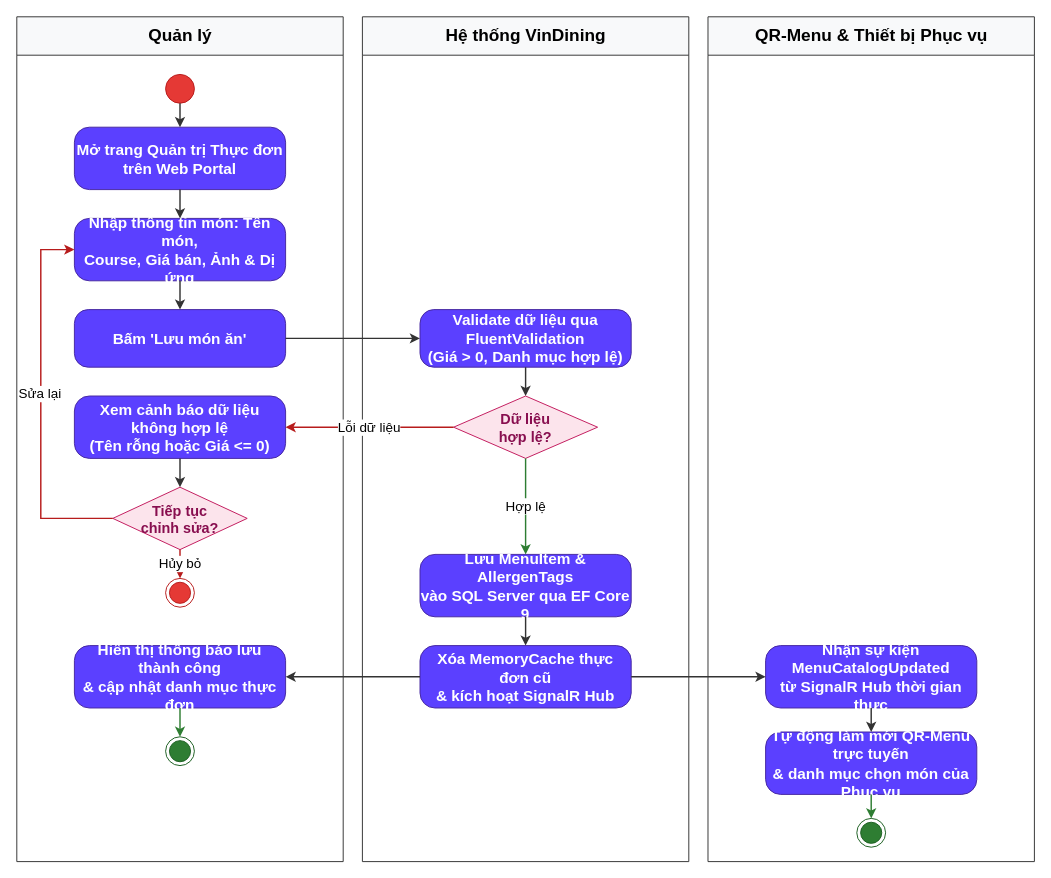
AndrewQng/VinDining keeps this draw.io diagram as docs/phase1/drawio/ad11_menu_management.drawio. Above is the earlier version. Source tidied: cells renumbered, new cells numbered last; positions are measured from the earlier drawing's top-left corner, leaving out a move shared by most shapes. Both pictures are drawn from the tidied source at 96%, with x=0, y=0 at pixel (16, 16).
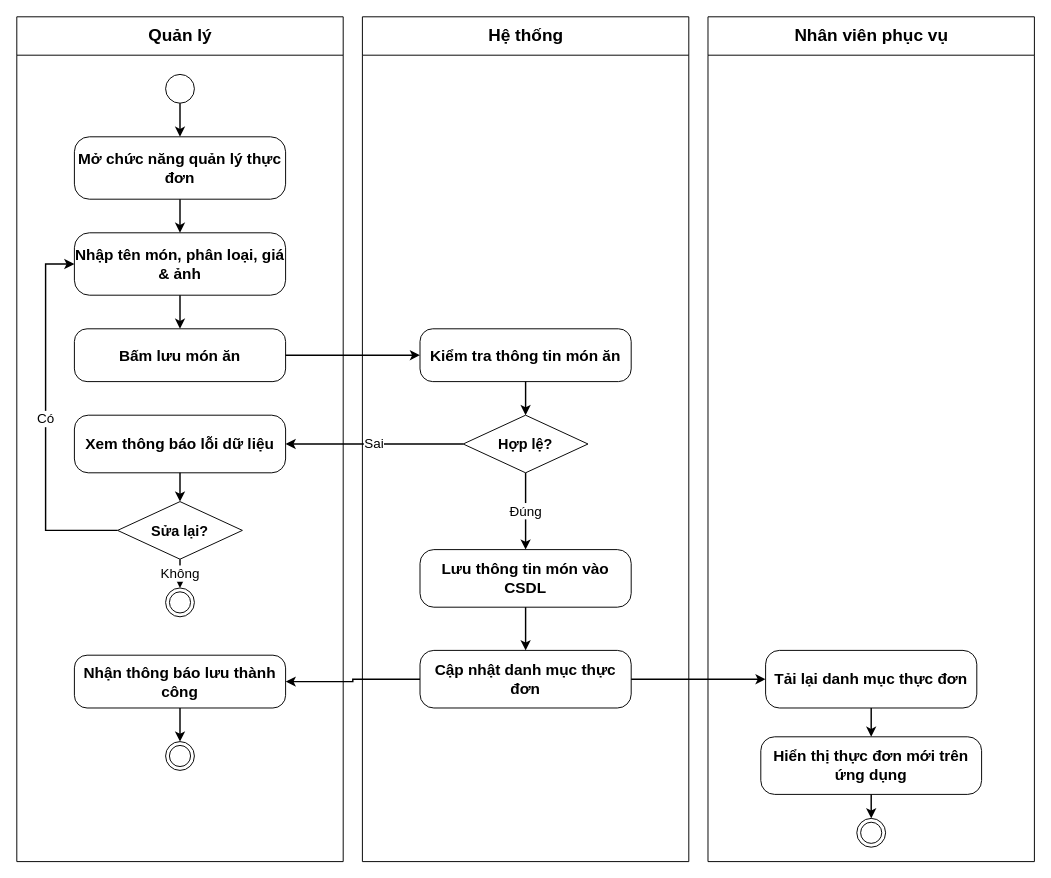
After the change.

Diff of the diagram source:
```diff
@@
-    <mxCell id="2" value="Quản lý" style="swimlane;html=1;startSize=40;horizontal=1;fontStyle=1;fontSize=18;align=center;verticalAlign=middle;fillColor=#f8f9fa;strokeColor=#333333;swimlaneLine=1;" parent="1" vertex="1">
+    <mxCell id="2" value="Quản lý" style="swimlane;html=1;startSize=40;horizontal=1;fontStyle=1;fontSize=18;align=center;verticalAlign=middle;swimlaneLine=1;" parent="1" vertex="1">
       <mxGeometry width="340" height="880" as="geometry" />
     </mxCell>
-    <mxCell id="3" style="ellipse;whiteSpace=wrap;html=1;fillColor=#e53935;strokeColor=#b71c1c;" parent="2" vertex="1">
+    <mxCell id="3" style="ellipse;whiteSpace=wrap;html=1;" parent="2" vertex="1">
       <mxGeometry x="155" y="60" width="30" height="30" as="geometry" />
     </mxCell>
-    <mxCell id="4" value="Mở trang Quản trị Thực đơn&#10;trên Web Portal" style="rounded=1;arcSize=24;whiteSpace=wrap;html=1;fillColor=#5b40ff;strokeColor=#4527a0;fontColor=#ffffff;fontStyle=1;fontSize=16;align=center;verticalAlign=middle;" parent="2" vertex="1">
-      <mxGeometry x="60" y="115" width="220" height="65" as="geometry" />
+    <mxCell id="4" value="Mở chức năng quản lý thực đơn" style="rounded=1;arcSize=24;whiteSpace=wrap;html=1;fontStyle=1;fontSize=16;align=center;verticalAlign=middle;" parent="2" vertex="1">
+      <mxGeometry x="60" y="125" width="220" height="65" as="geometry" />
     </mxCell>
-    <mxCell id="5" value="Nhập thông tin món: Tên món,&#10;Course, Giá bán, Ảnh &amp;amp; Dị ứng" style="rounded=1;arcSize=24;whiteSpace=wrap;html=1;fillColor=#5b40ff;strokeColor=#4527a0;fontColor=#ffffff;fontStyle=1;fontSize=16;align=center;verticalAlign=middle;" parent="2" vertex="1">
-      <mxGeometry x="60" y="210" width="220" height="65" as="geometry" />
+    <mxCell id="5" value="Nhập tên món, phân loại, giá &amp;amp; ảnh" style="rounded=1;arcSize=24;whiteSpace=wrap;html=1;fontStyle=1;fontSize=16;align=center;verticalAlign=middle;" parent="2" vertex="1">
+      <mxGeometry x="60" y="225" width="220" height="65" as="geometry" />
     </mxCell>
-    <mxCell id="6" value="Bấm 'Lưu món ăn'" style="rounded=1;arcSize=24;whiteSpace=wrap;html=1;fillColor=#5b40ff;strokeColor=#4527a0;fontColor=#ffffff;fontStyle=1;fontSize=16;align=center;verticalAlign=middle;" parent="2" vertex="1">
-      <mxGeometry x="60" y="305" width="220" height="60" as="geometry" />
+    <mxCell id="6" value="Bấm lưu món ăn" style="rounded=1;arcSize=24;whiteSpace=wrap;html=1;fontStyle=1;fontSize=16;align=center;verticalAlign=middle;" parent="2" vertex="1">
+      <mxGeometry x="60" y="325" width="220" height="55" as="geometry" />
     </mxCell>
-    <mxCell id="7" value="Xem cảnh báo dữ liệu không hợp lệ&#10;(Tên rỗng hoặc Giá &amp;lt;= 0)" style="rounded=1;arcSize=24;whiteSpace=wrap;html=1;fillColor=#5b40ff;strokeColor=#4527a0;fontColor=#ffffff;fontStyle=1;fontSize=16;align=center;verticalAlign=middle;" parent="2" vertex="1">
-      <mxGeometry x="60" y="395" width="220" height="65" as="geometry" />
+    <mxCell id="7" value="Xem thông báo lỗi dữ liệu" style="rounded=1;arcSize=24;whiteSpace=wrap;html=1;fontStyle=1;fontSize=16;align=center;verticalAlign=middle;" parent="2" vertex="1">
+      <mxGeometry x="60" y="415" width="220" height="60" as="geometry" />
     </mxCell>
-    <mxCell id="8" value="Tiếp tục&#10;chỉnh sửa?" style="rhombus;whiteSpace=wrap;html=1;fillColor=#fce4ec;strokeColor=#c2185b;fontColor=#880e4f;fontStyle=1;fontSize=15;align=center;verticalAlign=middle;" parent="2" vertex="1">
-      <mxGeometry x="100" y="490" width="140" height="65" as="geometry" />
+    <mxCell id="8" value="Sửa lại?" style="rhombus;whiteSpace=wrap;html=1;fontStyle=1;fontSize=15;align=center;verticalAlign=middle;" parent="2" vertex="1">
+      <mxGeometry x="105" y="505" width="130" height="60" as="geometry" />
     </mxCell>
-    <mxCell id="9" style="ellipse;html=1;shape=endState;fillColor=#e53935;strokeColor=#b71c1c;" parent="2" vertex="1">
-      <mxGeometry x="155" y="585" width="30" height="30" as="geometry" />
+    <mxCell id="9" style="ellipse;html=1;shape=endState;" parent="2" vertex="1">
+      <mxGeometry x="155" y="595" width="30" height="30" as="geometry" />
     </mxCell>
-    <mxCell id="10" value="Hiển thị thông báo lưu thành công&#10;&amp;amp; cập nhật danh mục thực đơn" style="rounded=1;arcSize=24;whiteSpace=wrap;html=1;fillColor=#5b40ff;strokeColor=#4527a0;fontColor=#ffffff;fontStyle=1;fontSize=16;align=center;verticalAlign=middle;" parent="2" vertex="1">
-      <mxGeometry x="60" y="655" width="220" height="65" as="geometry" />
+    <mxCell id="10" value="Nhận thông báo lưu thành công" style="rounded=1;arcSize=24;whiteSpace=wrap;html=1;fontStyle=1;fontSize=16;align=center;verticalAlign=middle;" parent="2" vertex="1">
+      <mxGeometry x="60" y="665" width="220" height="55" as="geometry" />
     </mxCell>
-    <mxCell id="11" style="ellipse;html=1;shape=endState;fillColor=#2e7d32;strokeColor=#1b5e20;" parent="2" vertex="1">
-      <mxGeometry x="155" y="750" width="30" height="30" as="geometry" />
+    <mxCell id="11" style="ellipse;html=1;shape=endState;" parent="2" vertex="1">
+      <mxGeometry x="155" y="755" width="30" height="30" as="geometry" />
     </mxCell>
-    <mxCell id="12" style="edgeStyle=orthogonalEdgeStyle;rounded=0;strokeColor=#333333;strokeWidth=1.5;html=1;exitX=0.5;exitY=1;entryX=0.5;entryY=0;" parent="2" edge="1" source="3" target="4">
+    <mxCell id="12" style="edgeStyle=orthogonalEdgeStyle;rounded=0;strokeWidth=1.5;html=1;" parent="2" edge="1" source="3" target="4">
       <mxGeometry relative="1" as="geometry" />
     </mxCell>
-    <mxCell id="13" style="edgeStyle=orthogonalEdgeStyle;rounded=0;strokeColor=#333333;strokeWidth=1.5;html=1;exitX=0.5;exitY=1;entryX=0.5;entryY=0;" parent="2" edge="1" source="4" target="5">
+    <mxCell id="13" style="edgeStyle=orthogonalEdgeStyle;rounded=0;strokeWidth=1.5;html=1;" parent="2" edge="1" source="4" target="5">
       <mxGeometry relative="1" as="geometry" />
     </mxCell>
-    <mxCell id="14" style="edgeStyle=orthogonalEdgeStyle;rounded=0;strokeColor=#333333;strokeWidth=1.5;html=1;exitX=0.5;exitY=1;entryX=0.5;entryY=0;" parent="2" edge="1" source="5" target="6">
+    <mxCell id="14" style="edgeStyle=orthogonalEdgeStyle;rounded=0;strokeWidth=1.5;html=1;" parent="2" edge="1" source="5" target="6">
       <mxGeometry relative="1" as="geometry" />
     </mxCell>
-    <mxCell id="15" style="edgeStyle=orthogonalEdgeStyle;rounded=0;strokeColor=#333333;strokeWidth=1.5;html=1;exitX=0.5;exitY=1;entryX=0.5;entryY=0;" parent="2" edge="1" source="7" target="8">
+    <mxCell id="15" style="edgeStyle=orthogonalEdgeStyle;rounded=0;strokeWidth=1.5;html=1;" parent="2" edge="1" source="7" target="8">
       <mxGeometry relative="1" as="geometry" />
     </mxCell>
-    <mxCell id="16" value="Hủy bỏ" style="edgeStyle=orthogonalEdgeStyle;rounded=0;strokeColor=#b71c1c;strokeWidth=1.5;html=1;fontSize=14;labelBackgroundColor=#ffffff;exitX=0.5;exitY=1;entryX=0.5;entryY=0;" parent="2" edge="1" source="8" target="9">
+    <mxCell id="16" value="Không" style="edgeStyle=orthogonalEdgeStyle;rounded=0;strokeWidth=1.5;html=1;fontSize=14;labelBackgroundColor=#ffffff;" parent="2" edge="1" source="8" target="9">
       <mxGeometry relative="1" as="geometry" />
     </mxCell>
-    <mxCell id="17" value="Sửa lại" style="edgeStyle=orthogonalEdgeStyle;rounded=0;strokeColor=#b71c1c;strokeWidth=1.5;html=1;fontSize=14;labelBackgroundColor=#ffffff;exitX=0;exitY=0.5;entryX=0;entryY=0.5;" parent="2" edge="1" source="8" target="5">
+    <mxCell id="17" value="Có" style="edgeStyle=orthogonalEdgeStyle;rounded=0;strokeWidth=1.5;html=1;fontSize=14;labelBackgroundColor=#ffffff;exitX=0;exitY=0.5;entryX=0;entryY=0.5;" parent="2" edge="1" source="8" target="5">
       <mxGeometry relative="1" as="geometry">
         <Array as="points">
-          <mxPoint x="25" y="522.5" />
-          <mxPoint x="25" y="242.5" />
+          <mxPoint x="30" y="535" />
+          <mxPoint x="30" y="258" />
         </Array>
-        <mxPoint x="-1" y="-10" as="offset" />
       </mxGeometry>
     </mxCell>
-    <mxCell id="18" style="edgeStyle=orthogonalEdgeStyle;rounded=0;strokeColor=#2e7d32;strokeWidth=1.5;html=1;exitX=0.5;exitY=1;entryX=0.5;entryY=0;" parent="2" edge="1" source="10" target="11">
+    <mxCell id="18" style="edgeStyle=orthogonalEdgeStyle;rounded=0;strokeWidth=1.5;html=1;" parent="2" edge="1" source="10" target="11">
       <mxGeometry relative="1" as="geometry" />
     </mxCell>
-    <mxCell id="19" value="Hệ thống VinDining" style="swimlane;html=1;startSize=40;horizontal=1;fontStyle=1;fontSize=18;align=center;verticalAlign=middle;fillColor=#f8f9fa;strokeColor=#333333;swimlaneLine=1;" parent="1" vertex="1">
+    <mxCell id="19" value="Hệ thống" style="swimlane;html=1;startSize=40;horizontal=1;fontStyle=1;fontSize=18;align=center;verticalAlign=middle;swimlaneLine=1;" parent="1" vertex="1">
       <mxGeometry x="360" width="340" height="880" as="geometry" />
     </mxCell>
-    <mxCell id="20" value="Validate dữ liệu qua FluentValidation&#10;(Giá &amp;gt; 0, Danh mục hợp lệ)" style="rounded=1;arcSize=24;whiteSpace=wrap;html=1;fillColor=#5b40ff;strokeColor=#4527a0;fontColor=#ffffff;fontStyle=1;fontSize=16;align=center;verticalAlign=middle;" parent="19" vertex="1">
-      <mxGeometry x="60" y="305" width="220" height="60" as="geometry" />
+    <mxCell id="20" value="Kiểm tra thông tin món ăn" style="rounded=1;arcSize=24;whiteSpace=wrap;html=1;fontStyle=1;fontSize=16;align=center;verticalAlign=middle;" parent="19" vertex="1">
+      <mxGeometry x="60" y="325" width="220" height="55" as="geometry" />
     </mxCell>
-    <mxCell id="21" value="Dữ liệu&#10;hợp lệ?" style="rhombus;whiteSpace=wrap;html=1;fillColor=#fce4ec;strokeColor=#c2185b;fontColor=#880e4f;fontStyle=1;fontSize=15;align=center;verticalAlign=middle;" parent="19" vertex="1">
-      <mxGeometry x="95" y="395" width="150" height="65" as="geometry" />
+    <mxCell id="21" value="Hợp lệ?" style="rhombus;whiteSpace=wrap;html=1;fontStyle=1;fontSize=15;align=center;verticalAlign=middle;" parent="19" vertex="1">
+      <mxGeometry x="105" y="415" width="130" height="60" as="geometry" />
     </mxCell>
-    <mxCell id="22" value="Lưu MenuItem &amp;amp; AllergenTags&#10;vào SQL Server qua EF Core 9" style="rounded=1;arcSize=24;whiteSpace=wrap;html=1;fillColor=#5b40ff;strokeColor=#4527a0;fontColor=#ffffff;fontStyle=1;fontSize=16;align=center;verticalAlign=middle;" parent="19" vertex="1">
-      <mxGeometry x="60" y="560" width="220" height="65" as="geometry" />
+    <mxCell id="22" value="Lưu thông tin món vào CSDL" style="rounded=1;arcSize=24;whiteSpace=wrap;html=1;fontStyle=1;fontSize=16;align=center;verticalAlign=middle;" parent="19" vertex="1">
+      <mxGeometry x="60" y="555" width="220" height="60" as="geometry" />
     </mxCell>
-    <mxCell id="23" value="Xóa MemoryCache thực đơn cũ&#10;&amp;amp; kích hoạt SignalR Hub" style="rounded=1;arcSize=24;whiteSpace=wrap;html=1;fillColor=#5b40ff;strokeColor=#4527a0;fontColor=#ffffff;fontStyle=1;fontSize=16;align=center;verticalAlign=middle;" parent="19" vertex="1">
-      <mxGeometry x="60" y="655" width="220" height="65" as="geometry" />
+    <mxCell id="23" value="Cập nhật danh mục thực đơn" style="rounded=1;arcSize=24;whiteSpace=wrap;html=1;fontStyle=1;fontSize=16;align=center;verticalAlign=middle;" parent="19" vertex="1">
+      <mxGeometry x="60" y="660" width="220" height="60" as="geometry" />
     </mxCell>
-    <mxCell id="24" style="edgeStyle=orthogonalEdgeStyle;rounded=0;strokeColor=#333333;strokeWidth=1.5;html=1;exitX=0.5;exitY=1;entryX=0.5;entryY=0;" parent="19" edge="1" source="20" target="21">
+    <mxCell id="24" style="edgeStyle=orthogonalEdgeStyle;rounded=0;strokeWidth=1.5;html=1;" parent="19" edge="1" source="20" target="21">
       <mxGeometry relative="1" as="geometry" />
     </mxCell>
-    <mxCell id="25" value="Hợp lệ" style="edgeStyle=orthogonalEdgeStyle;rounded=0;strokeColor=#2e7d32;strokeWidth=1.5;html=1;fontSize=14;labelBackgroundColor=#ffffff;exitX=0.5;exitY=1;entryX=0.5;entryY=0;" parent="19" edge="1" source="21" target="22">
+    <mxCell id="25" value="Đúng" style="edgeStyle=orthogonalEdgeStyle;rounded=0;strokeWidth=1.5;html=1;fontSize=14;labelBackgroundColor=#ffffff;" parent="19" edge="1" source="21" target="22">
       <mxGeometry relative="1" as="geometry" />
     </mxCell>
-    <mxCell id="26" style="edgeStyle=orthogonalEdgeStyle;rounded=0;strokeColor=#333333;strokeWidth=1.5;html=1;exitX=0.5;exitY=1;entryX=0.5;entryY=0;" parent="19" edge="1" source="22" target="23">
+    <mxCell id="26" style="edgeStyle=orthogonalEdgeStyle;rounded=0;strokeWidth=1.5;html=1;" parent="19" edge="1" source="22" target="23">
       <mxGeometry relative="1" as="geometry" />
     </mxCell>
-    <mxCell id="27" value="QR-Menu &amp;amp; Thiết bị Phục vụ" style="swimlane;html=1;startSize=40;horizontal=1;fontStyle=1;fontSize=18;align=center;verticalAlign=middle;fillColor=#f8f9fa;strokeColor=#333333;swimlaneLine=1;" parent="1" vertex="1">
+    <mxCell id="27" value="Nhân viên phục vụ" style="swimlane;html=1;startSize=40;horizontal=1;fontStyle=1;fontSize=18;align=center;verticalAlign=middle;swimlaneLine=1;" parent="1" vertex="1">
       <mxGeometry x="720" width="340" height="880" as="geometry" />
     </mxCell>
-    <mxCell id="28" value="Nhận sự kiện MenuCatalogUpdated&#10;từ SignalR Hub thời gian thực" style="rounded=1;arcSize=24;whiteSpace=wrap;html=1;fillColor=#5b40ff;strokeColor=#4527a0;fontColor=#ffffff;fontStyle=1;fontSize=16;align=center;verticalAlign=middle;" parent="27" vertex="1">
-      <mxGeometry x="60" y="655" width="220" height="65" as="geometry" />
+    <mxCell id="28" value="Tải lại danh mục thực đơn" style="rounded=1;arcSize=24;whiteSpace=wrap;html=1;fontStyle=1;fontSize=16;align=center;verticalAlign=middle;" parent="27" vertex="1">
+      <mxGeometry x="60" y="660" width="220" height="60" as="geometry" />
     </mxCell>
-    <mxCell id="29" value="Tự động làm mới QR-Menu trực tuyến&#10;&amp;amp; danh mục chọn món của Phục vụ" style="rounded=1;arcSize=24;whiteSpace=wrap;html=1;fillColor=#5b40ff;strokeColor=#4527a0;fontColor=#ffffff;fontStyle=1;fontSize=16;align=center;verticalAlign=middle;" parent="27" vertex="1">
-      <mxGeometry x="60" y="745" width="220" height="65" as="geometry" />
+    <mxCell id="29" value="Hiển thị thực đơn mới trên ứng dụng" style="rounded=1;arcSize=24;whiteSpace=wrap;html=1;fontStyle=1;fontSize=16;align=center;verticalAlign=middle;" parent="27" vertex="1">
+      <mxGeometry x="55" y="750" width="230" height="60" as="geometry" />
     </mxCell>
-    <mxCell id="30" style="ellipse;html=1;shape=endState;fillColor=#2e7d32;strokeColor=#1b5e20;" parent="27" vertex="1">
+    <mxCell id="30" style="ellipse;html=1;shape=endState;" parent="27" vertex="1">
       <mxGeometry x="155" y="835" width="30" height="30" as="geometry" />
     </mxCell>
-    <mxCell id="31" style="edgeStyle=orthogonalEdgeStyle;rounded=0;strokeColor=#333333;strokeWidth=1.5;html=1;exitX=0.5;exitY=1;entryX=0.5;entryY=0;" parent="27" edge="1" source="28" target="29">
+    <mxCell id="31" style="edgeStyle=orthogonalEdgeStyle;rounded=0;strokeWidth=1.5;html=1;" parent="27" edge="1" source="28" target="29">
       <mxGeometry relative="1" as="geometry" />
     </mxCell>
-    <mxCell id="32" style="edgeStyle=orthogonalEdgeStyle;rounded=0;strokeColor=#2e7d32;strokeWidth=1.5;html=1;exitX=0.5;exitY=1;entryX=0.5;entryY=0;" parent="27" edge="1" source="29" target="30">
+    <mxCell id="32" style="edgeStyle=orthogonalEdgeStyle;rounded=0;strokeWidth=1.5;html=1;" parent="27" edge="1" source="29" target="30">
       <mxGeometry relative="1" as="geometry" />
     </mxCell>
-    <mxCell id="33" style="edgeStyle=orthogonalEdgeStyle;rounded=0;strokeColor=#333333;strokeWidth=1.5;html=1;exitX=1;exitY=0.5;entryX=0;entryY=0.5;" parent="1" edge="1" source="6" target="20">
+    <mxCell id="33" style="edgeStyle=orthogonalEdgeStyle;rounded=0;strokeWidth=1.5;html=1;" parent="1" edge="1" source="6" target="20">
       <mxGeometry relative="1" as="geometry" />
     </mxCell>
-    <mxCell id="34" value="Lỗi dữ liệu" style="edgeStyle=orthogonalEdgeStyle;rounded=0;strokeColor=#b71c1c;strokeWidth=1.5;html=1;fontSize=14;labelBackgroundColor=#ffffff;exitX=0;exitY=0.5;entryX=1;entryY=0.5;" parent="1" edge="1" source="21" target="7">
+    <mxCell id="34" value="Sai" style="edgeStyle=orthogonalEdgeStyle;rounded=0;strokeWidth=1.5;html=1;fontSize=14;labelBackgroundColor=#ffffff;" parent="1" edge="1" source="21" target="7">
       <mxGeometry relative="1" as="geometry" />
     </mxCell>
-    <mxCell id="35" style="edgeStyle=orthogonalEdgeStyle;rounded=0;strokeColor=#333333;strokeWidth=1.5;html=1;exitX=0;exitY=0.5;entryX=1;entryY=0.5;" parent="1" edge="1" source="23" target="10">
+    <mxCell id="35" style="edgeStyle=orthogonalEdgeStyle;rounded=0;strokeWidth=1.5;html=1;" parent="1" edge="1" source="23" target="10">
       <mxGeometry relative="1" as="geometry" />
     </mxCell>
-    <mxCell id="36" style="edgeStyle=orthogonalEdgeStyle;rounded=0;strokeColor=#333333;strokeWidth=1.5;html=1;exitX=1;exitY=0.5;entryX=0;entryY=0.5;" parent="1" edge="1" source="23" target="28">
+    <mxCell id="36" style="edgeStyle=orthogonalEdgeStyle;rounded=0;strokeWidth=1.5;html=1;" parent="1" edge="1" source="23" target="28">
       <mxGeometry relative="1" as="geometry" />
     </mxCell>
```
